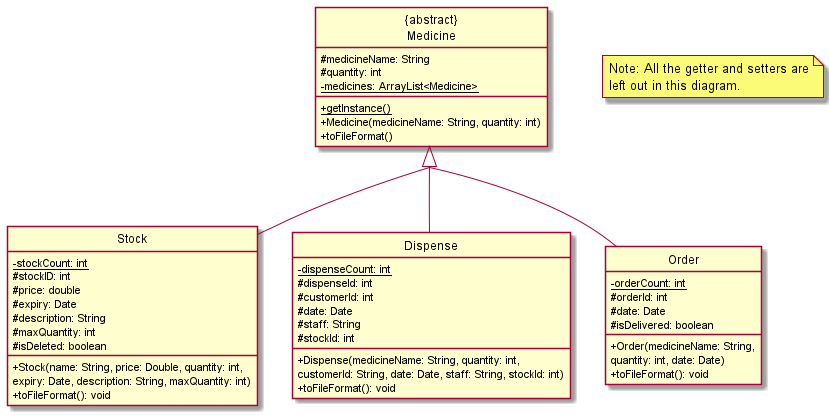
Earlier version of the PlantUML export docs/diagrams/diagram_images/InventoryClassDiagram.png (nus-cs2113-AY2122S1/tp). The source it was exported from:
```plantuml
@startuml
hide circle
skinparam classAttributeIconSize 0
skinparam groupInheritance 3

class "{abstract}\nMedicine"{
    #medicineName: String
    #quantity: int
    -{static} medicines: ArrayList<Medicine>
    +{static} getInstance()
    +Medicine(medicineName: String, quantity: int)
    +toFileFormat()
}

class "Stock"{
    -{static} stockCount: int
    #stockID: int
    #price: double
    #expiry: Date
    #description: String
    #maxQuantity: int
    #isDeleted: boolean
    +Stock(name: String, price: Double, quantity: int,
     expiry: Date, description: String, maxQuantity: int)
    +toFileFormat(): void
}

class "Dispense"{
    -{static} dispenseCount: int
    #dispenseId: int
    #customerId: int
    #date: Date
    #staff: String
    #stockId: int
    +Dispense(medicineName: String, quantity: int,
     customerId: String, date: Date, staff: String, stockId: int)
    +toFileFormat(): void
}

class "Order"{
    -{static} orderCount: int
    #orderId: int
    #date: Date
    #isDelivered: boolean
    +Order(medicineName: String,
    quantity: int, date: Date)
    +toFileFormat(): void
}

"{abstract}\nMedicine" <|-- "Stock"
"{abstract}\nMedicine" <|-- "Dispense"
"{abstract}\nMedicine" <|-- "Order"

note "Note: All the getter and setters are\nleft out in this diagram." as n1
@enduml
```
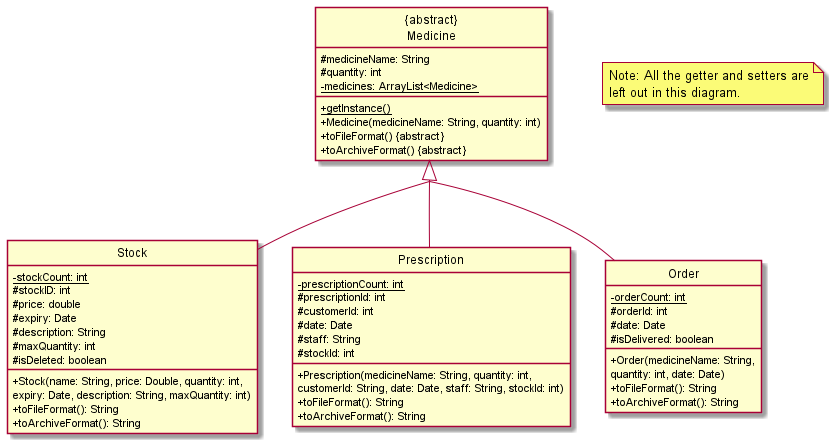
The same diagram one commit later.

Diff of the diagram source:
```diff
@@ -9,7 +9,8 @@
     -{static} medicines: ArrayList<Medicine>
     +{static} getInstance()
     +Medicine(medicineName: String, quantity: int)
-    +toFileFormat()
+    +toFileFormat() &#123;abstract&#125;
+    +toArchiveFormat() &#123;abstract&#125;
 }
 
 class "Stock"{
@@ -22,19 +23,21 @@
     #isDeleted: boolean
     +Stock(name: String, price: Double, quantity: int,
      expiry: Date, description: String, maxQuantity: int)
-    +toFileFormat(): void
+    +toFileFormat(): String
+    +toArchiveFormat(): String
 }
 
-class "Dispense"{
-    -{static} dispenseCount: int
-    #dispenseId: int
+class "Prescription"{
+    -{static} prescriptionCount: int
+    #prescriptionId: int
     #customerId: int
     #date: Date
     #staff: String
     #stockId: int
-    +Dispense(medicineName: String, quantity: int,
+    +Prescription(medicineName: String, quantity: int,
      customerId: String, date: Date, staff: String, stockId: int)
-    +toFileFormat(): void
+    +toFileFormat(): String
+    +toArchiveFormat(): String
 }
 
 class "Order"{
@@ -44,11 +47,12 @@
     #isDelivered: boolean
     +Order(medicineName: String,
     quantity: int, date: Date)
-    +toFileFormat(): void
+    +toFileFormat(): String
+    +toArchiveFormat(): String
 }
 
 "{abstract}\nMedicine" <|-- "Stock"
-"{abstract}\nMedicine" <|-- "Dispense"
+"{abstract}\nMedicine" <|-- "Prescription"
 "{abstract}\nMedicine" <|-- "Order"
 
 note "Note: All the getter and setters are\nleft out in this diagram." as n1
```
